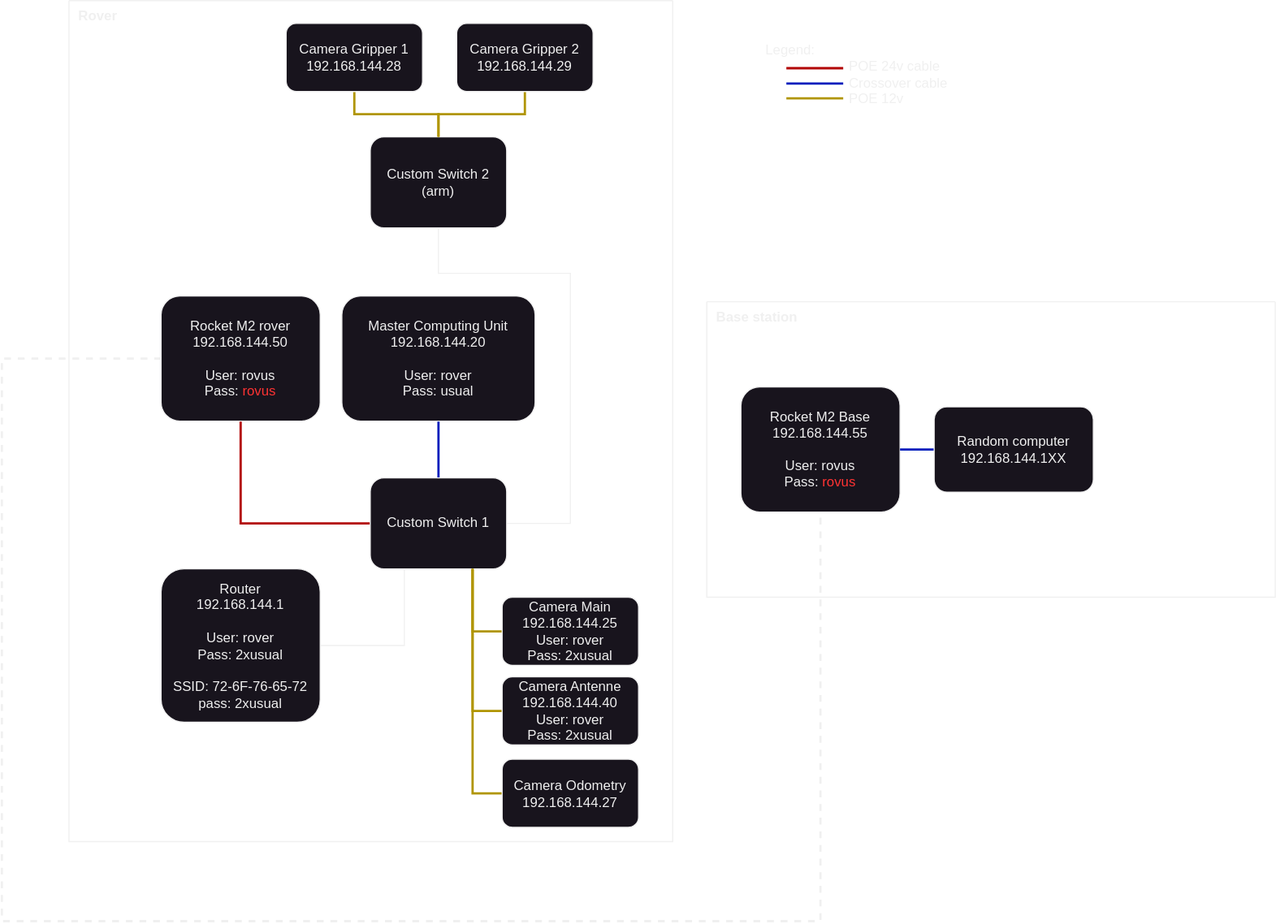
Above: doc/architecture/lan-network.svg in robotique-udes/rover_documentation (draw.io), before the change. Source tidied: cells renumbered, new cells last; positions are measured from the earlier drawing's top-left corner, leaving out a move shared by most shapes.
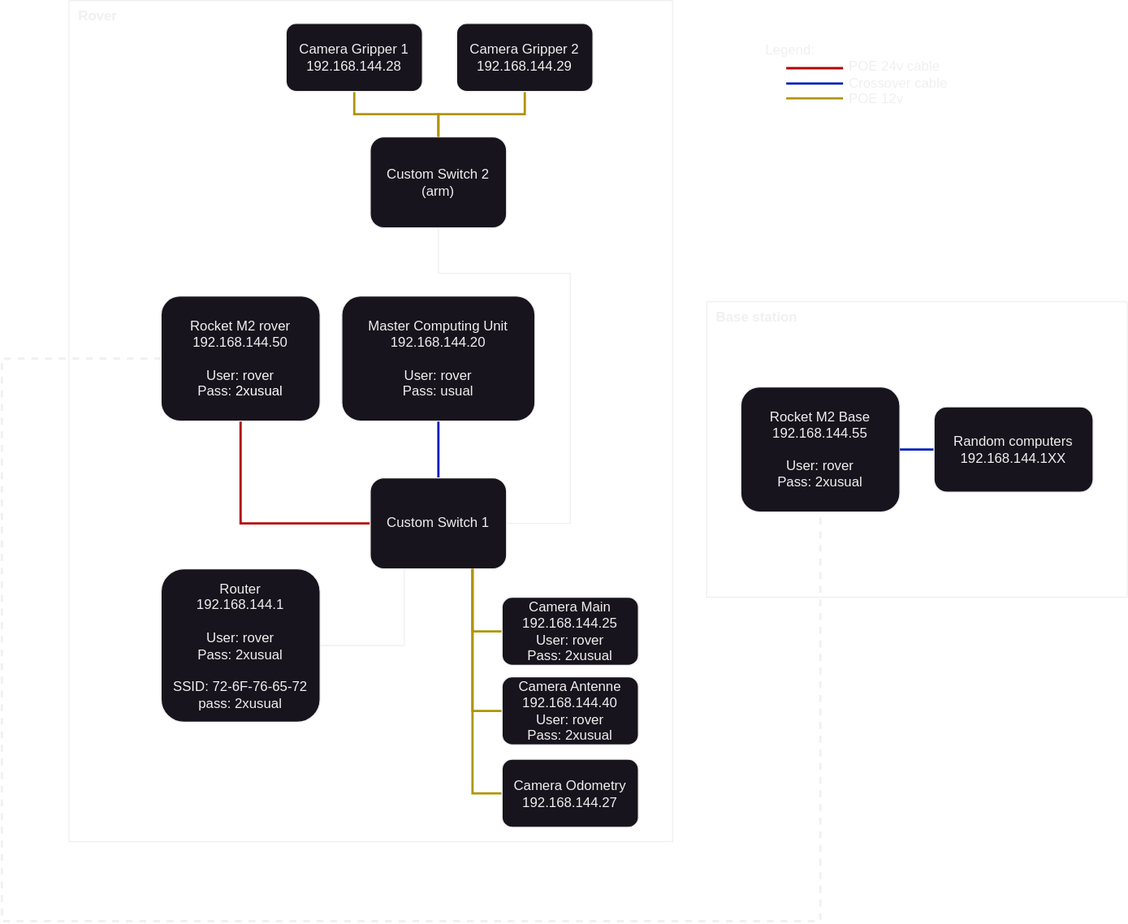
Later version of the same file.

The edit, as a diff of the source:
```diff
@@ -31,7 +31,7 @@
     <mxCell id="7" value="Custom Switch 1" style="rounded=1;whiteSpace=wrap;html=1;" parent="1" vertex="1">
       <mxGeometry x="324" y="420" width="120" height="80" as="geometry" />
     </mxCell>
-    <mxCell id="8" value="Rocket M2 rover&lt;div&gt;192.168.144.50&lt;/div&gt;&lt;div&gt;&lt;br&gt;&lt;/div&gt;&lt;div&gt;User: rovus&lt;/div&gt;&lt;div&gt;Pass: &lt;font color=&quot;#ff3333&quot;&gt;rovus&lt;/font&gt;&lt;/div&gt;" style="rounded=1;whiteSpace=wrap;html=1;" parent="1" vertex="1">
+    <mxCell id="8" value="Rocket M2 rover&lt;div&gt;192.168.144.50&lt;/div&gt;&lt;div&gt;&lt;br&gt;&lt;/div&gt;&lt;div&gt;User: rover&lt;/div&gt;&lt;div&gt;Pass:&lt;font color=&quot;#ffffff&quot;&gt;&amp;nbsp;&lt;span style=&quot;background-color: initial;&quot;&gt;2xusual&lt;/span&gt;&lt;/font&gt;&lt;/div&gt;" style="rounded=1;whiteSpace=wrap;html=1;" parent="1" vertex="1">
       <mxGeometry x="140" y="260" width="140" height="110" as="geometry" />
     </mxCell>
     <mxCell id="9" style="edgeStyle=orthogonalEdgeStyle;rounded=0;jettySize=auto;html=1;entryX=0.25;entryY=1;entryDx=0;entryDy=0;endArrow=none;endFill=0;" parent="1" edge="1" source="11" target="7">
@@ -87,15 +87,15 @@
       <mxGeometry x="59" width="531" height="740" as="geometry" />
     </mxCell>
     <mxCell id="23" value="  Base station" style="swimlane;startSize=0;align=left;verticalAlign=top;" parent="1" vertex="1">
-      <mxGeometry x="620" y="265" width="500" height="260" as="geometry" />
+      <mxGeometry x="620" y="265" width="370" height="260" as="geometry" />
     </mxCell>
-    <mxCell id="24" value="Rocket M2 Base&lt;div&gt;192.168.144.55&lt;/div&gt;&lt;div&gt;&lt;br&gt;&lt;/div&gt;&lt;div&gt;User: rovus&lt;/div&gt;&lt;div&gt;Pass: &lt;font color=&quot;#ff3333&quot;&gt;rovus&lt;/font&gt;&lt;/div&gt;" style="rounded=1;whiteSpace=wrap;html=1;" parent="23" vertex="1">
+    <mxCell id="24" value="Rocket M2 Base&lt;div&gt;192.168.144.55&lt;/div&gt;&lt;div&gt;&lt;br&gt;&lt;/div&gt;&lt;div&gt;User: rover&lt;/div&gt;&lt;div&gt;Pass:&amp;nbsp;&lt;span style=&quot;background-color: initial;&quot;&gt;2xusual&lt;/span&gt;&lt;/div&gt;" style="rounded=1;whiteSpace=wrap;html=1;" parent="23" vertex="1">
       <mxGeometry x="30" y="75" width="140" height="110" as="geometry" />
     </mxCell>
     <mxCell id="25" style="edgeStyle=orthogonalEdgeStyle;rounded=0;jettySize=auto;html=1;entryX=1;entryY=0.5;entryDx=0;entryDy=0;endArrow=none;endFill=0;strokeWidth=2;fillColor=#0050ef;strokeColor=#001DBC;" parent="23" edge="1" source="26" target="24">
       <mxGeometry relative="1" as="geometry" />
     </mxCell>
-    <mxCell id="26" value="Random computer&lt;div&gt;192.168.144.1XX&lt;/div&gt;" style="rounded=1;whiteSpace=wrap;html=1;" parent="23" vertex="1">
+    <mxCell id="26" value="Random computers&lt;div&gt;192.168.144.1XX&lt;/div&gt;" style="rounded=1;whiteSpace=wrap;html=1;" parent="23" vertex="1">
       <mxGeometry x="200" y="92.5" width="140" height="75" as="geometry" />
     </mxCell>
     <mxCell id="27" style="group;" parent="1" vertex="1">
```
